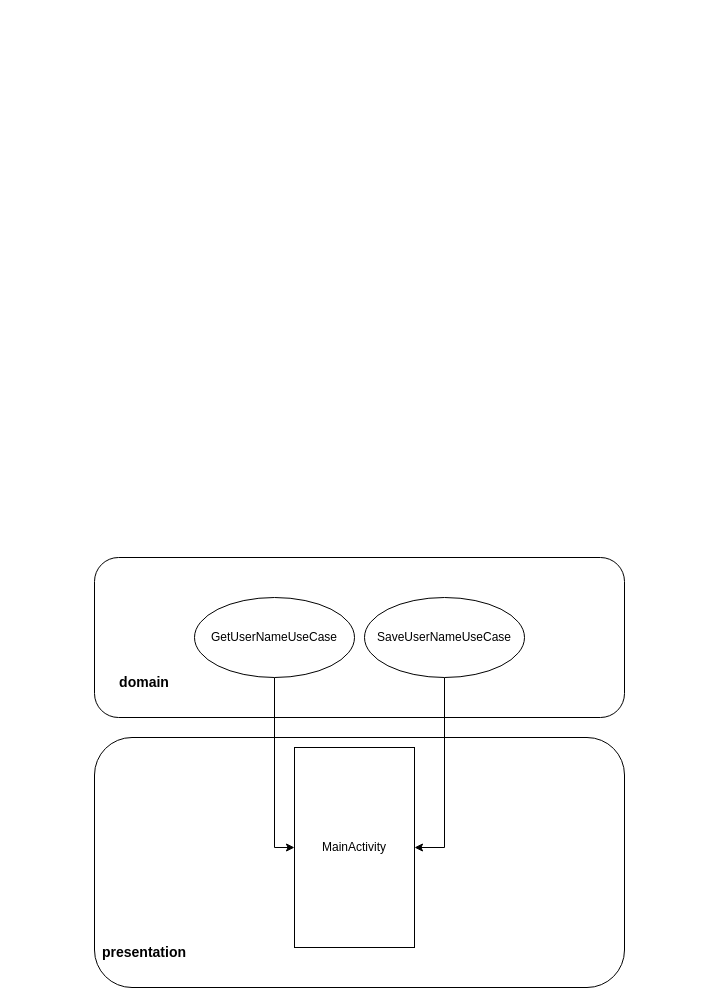
This is AppArchitecture.drawio from AntonEsipow/android-clean-architecture-test, a draw.io file, before an edit. Source tidied: cells renumbered, new cells numbered last; positions are measured from the earlier drawing's top-left corner, leaving out a move shared by most shapes. Both pictures are drawn from the tidied source at 100%, with x=0, y=0 at pixel (94, 557).
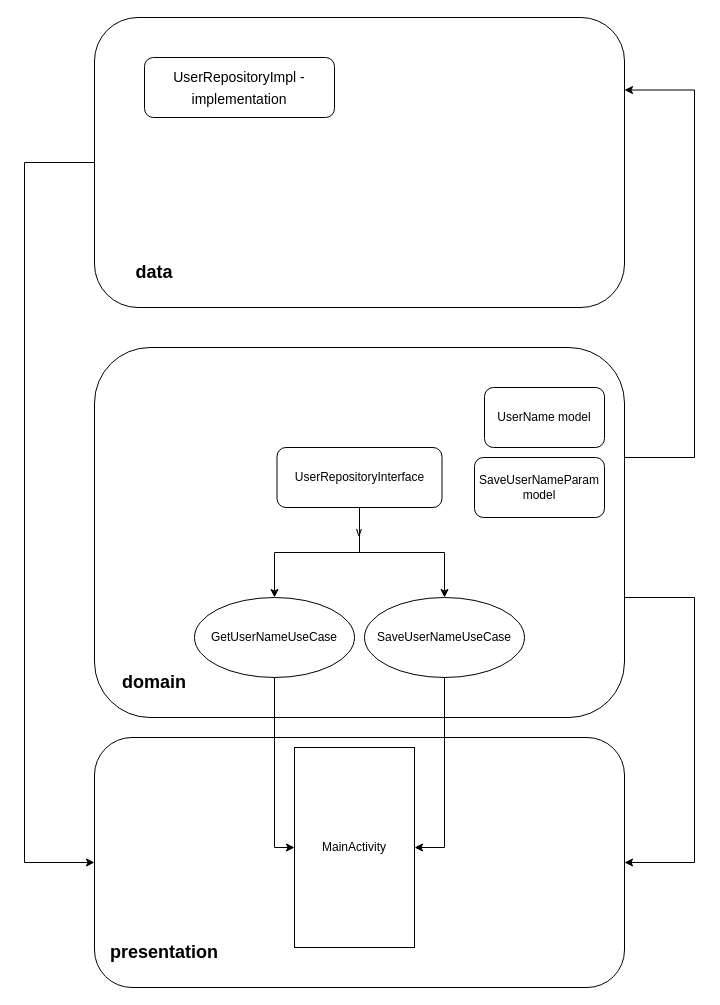
The same page after the edit.

The change refers to these unchanged cells:
```xml
<mxCell id="2" style="rounded=1;whiteSpace=wrap;html=1;align=center;labelPosition=center;verticalLabelPosition=middle;verticalAlign=middle;" parent="1" vertex="1">
  <mxGeometry y="180" width="530" height="250" as="geometry" />
</mxCell>
<mxCell id="5" value="GetUserNameUseCase" style="ellipse;whiteSpace=wrap;html=1;" parent="1" vertex="1">
  <mxGeometry x="100" y="40" width="160" height="80" as="geometry" />
</mxCell>
<mxCell id="7" value="SaveUserNameUseCase" style="ellipse;whiteSpace=wrap;html=1;" parent="1" vertex="1">
  <mxGeometry x="270" y="40" width="160" height="80" as="geometry" />
</mxCell>
```

Diff of the diagram source:
```diff
@@
+    <mxCell id="11" style="edgeStyle=orthogonalEdgeStyle;rounded=0;jettySize=auto;html=1;exitX=1;exitY=0.5;exitDx=0;exitDy=0;entryX=1;entryY=0.25;entryDx=0;entryDy=0;fontSize=18;" parent="1" edge="1" source="3" target="19">
+      <mxGeometry relative="1" as="geometry">
+        <Array as="points">
+          <mxPoint x="530" y="-100" />
+          <mxPoint x="600" y="-100" />
+          <mxPoint x="600" y="-468" />
+        </Array>
+      </mxGeometry>
+    </mxCell>
+    <mxCell id="12" style="edgeStyle=orthogonalEdgeStyle;rounded=0;jettySize=auto;html=1;exitX=1;exitY=0.5;exitDx=0;exitDy=0;entryX=1;entryY=0.5;entryDx=0;entryDy=0;fontSize=18;" parent="1" edge="1" source="3" target="2">
+      <mxGeometry relative="1" as="geometry">
+        <Array as="points">
+          <mxPoint x="530" y="40" />
+          <mxPoint x="600" y="40" />
+          <mxPoint x="600" y="305" />
+        </Array>
+      </mxGeometry>
+    </mxCell>
-    <mxCell id="3" style="rounded=1;whiteSpace=wrap;html=1;align=center;labelPosition=center;verticalLabelPosition=middle;verticalAlign=middle;" parent="1" vertex="1">
-      <mxGeometry width="530" height="160" as="geometry" />
+    <mxCell id="3" value="v" style="rounded=1;whiteSpace=wrap;html=1;align=center;labelPosition=center;verticalLabelPosition=middle;verticalAlign=middle;" parent="1" vertex="1">
+      <mxGeometry y="-210" width="530" height="370" as="geometry" />
     </mxCell>
@@
-    <mxCell id="9" value="domain" style="text;html=1;strokeColor=none;fillColor=none;align=center;verticalAlign=middle;whiteSpace=wrap;rounded=0;fontStyle=1;fontSize=14;" parent="1" vertex="1">
-      <mxGeometry x="20" y="110" width="60" height="30" as="geometry" />
+    <mxCell id="9" value="&lt;font style=&quot;font-size: 18px;&quot;&gt;domain&lt;/font&gt;" style="text;html=1;strokeColor=none;fillColor=none;align=center;verticalAlign=middle;whiteSpace=wrap;rounded=0;fontStyle=1;fontSize=14;" parent="1" vertex="1">
+      <mxGeometry x="30" y="110" width="60" height="30" as="geometry" />
     </mxCell>
-    <mxCell id="10" value="presentation" style="text;html=1;strokeColor=none;fillColor=none;align=center;verticalAlign=middle;whiteSpace=wrap;rounded=0;fontStyle=1;fontSize=14;" parent="1" vertex="1">
-      <mxGeometry x="20" y="380" width="60" height="30" as="geometry" />
+    <mxCell id="10" value="&lt;font style=&quot;font-size: 18px;&quot;&gt;presentation&lt;/font&gt;" style="text;html=1;strokeColor=none;fillColor=none;align=center;verticalAlign=middle;whiteSpace=wrap;rounded=0;fontStyle=1;fontSize=14;" parent="1" vertex="1">
+      <mxGeometry x="40" y="380" width="60" height="30" as="geometry" />
     </mxCell>
+    <mxCell id="13" style="edgeStyle=orthogonalEdgeStyle;rounded=0;jettySize=auto;html=1;exitX=0.5;exitY=1;exitDx=0;exitDy=0;entryX=0.5;entryY=0;entryDx=0;entryDy=0;" parent="1" edge="1" source="15" target="5">
+      <mxGeometry relative="1" as="geometry" />
+    </mxCell>
+    <mxCell id="14" style="edgeStyle=orthogonalEdgeStyle;rounded=0;jettySize=auto;html=1;exitX=0.5;exitY=1;exitDx=0;exitDy=0;" parent="1" edge="1" source="15" target="7">
+      <mxGeometry relative="1" as="geometry" />
+    </mxCell>
+    <mxCell id="15" value="UserRepositoryInterface" style="rounded=1;whiteSpace=wrap;html=1;" parent="1" vertex="1">
+      <mxGeometry x="182.5" y="-110" width="165" height="60" as="geometry" />
+    </mxCell>
+    <mxCell id="16" value="UserName model" style="rounded=1;whiteSpace=wrap;html=1;" parent="1" vertex="1">
+      <mxGeometry x="390" y="-170" width="120" height="60" as="geometry" />
+    </mxCell>
+    <mxCell id="17" value="SaveUserNameParam model" style="rounded=1;whiteSpace=wrap;html=1;" parent="1" vertex="1">
+      <mxGeometry x="380" y="-100" width="130" height="60" as="geometry" />
+    </mxCell>
+    <mxCell id="18" style="edgeStyle=orthogonalEdgeStyle;rounded=0;jettySize=auto;html=1;exitX=0;exitY=0.5;exitDx=0;exitDy=0;entryX=0;entryY=0.5;entryDx=0;entryDy=0;fontSize=18;" parent="1" edge="1" source="19" target="2">
+      <mxGeometry relative="1" as="geometry">
+        <Array as="points">
+          <mxPoint x="-70" y="-395" />
+          <mxPoint x="-70" y="305" />
+        </Array>
+      </mxGeometry>
+    </mxCell>
+    <mxCell id="19" style="rounded=1;whiteSpace=wrap;html=1;" parent="1" vertex="1">
+      <mxGeometry y="-540" width="530" height="290" as="geometry" />
+    </mxCell>
+    <mxCell id="20" value="&lt;font style=&quot;font-size: 18px;&quot;&gt;data&lt;/font&gt;" style="text;html=1;strokeColor=none;fillColor=none;align=center;verticalAlign=middle;whiteSpace=wrap;rounded=0;fontStyle=1;fontSize=14;" parent="1" vertex="1">
+      <mxGeometry x="30" y="-300" width="60" height="30" as="geometry" />
+    </mxCell>
+    <mxCell id="21" value="&lt;font style=&quot;font-size: 14px;&quot;&gt;UserRepositoryImpl - implementation&lt;/font&gt;" style="rounded=1;whiteSpace=wrap;html=1;fontSize=18;" parent="1" vertex="1">
+      <mxGeometry x="50" y="-500" width="190" height="60" as="geometry" />
+    </mxCell>
```
